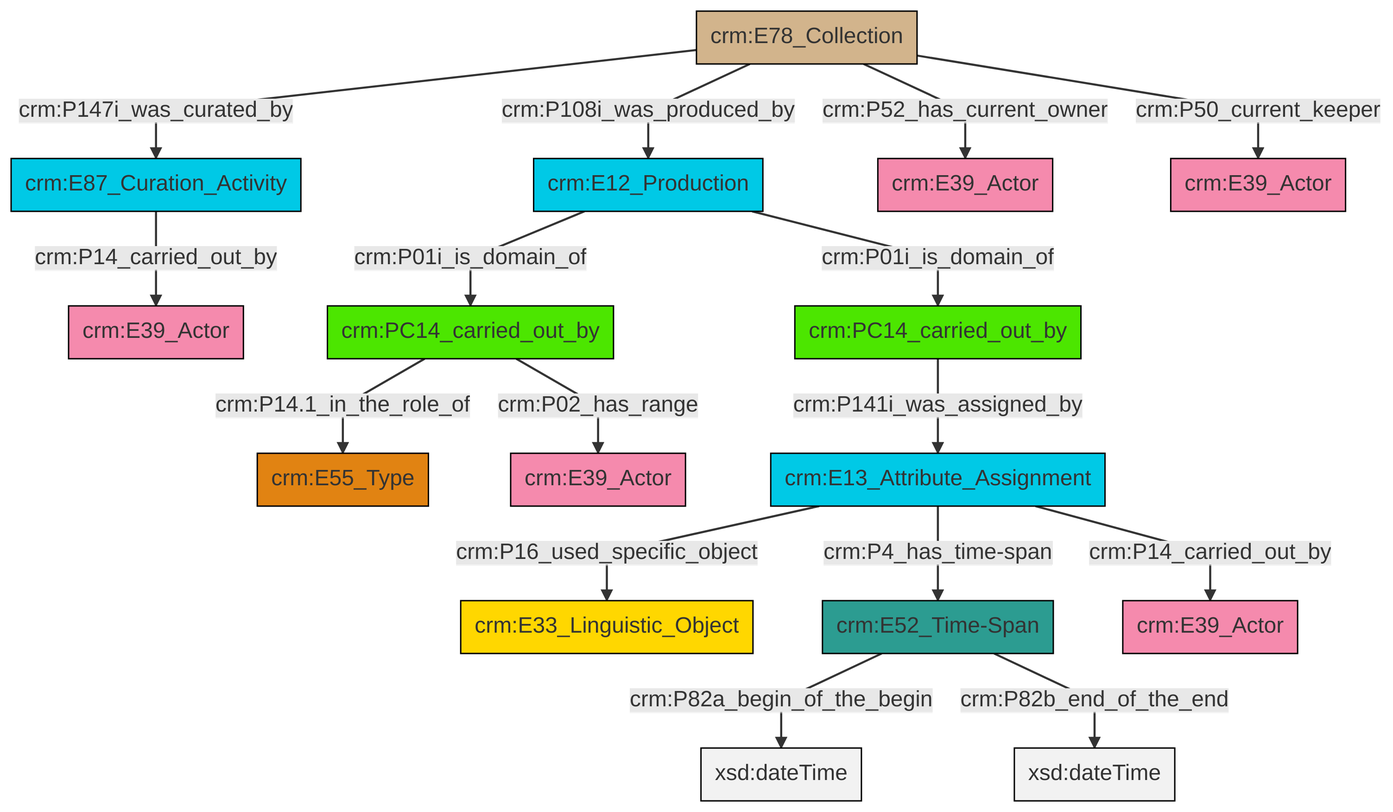
Earlier version of the Mermaid export et/archivalCSV/ttl/mmd/png/archival_relation.png (swiss-art-research-net/docs.swissartresearch). Its source is kept beside it as et/archivalCSV/ttl/mmd/archival_relation.ttl.mmd.
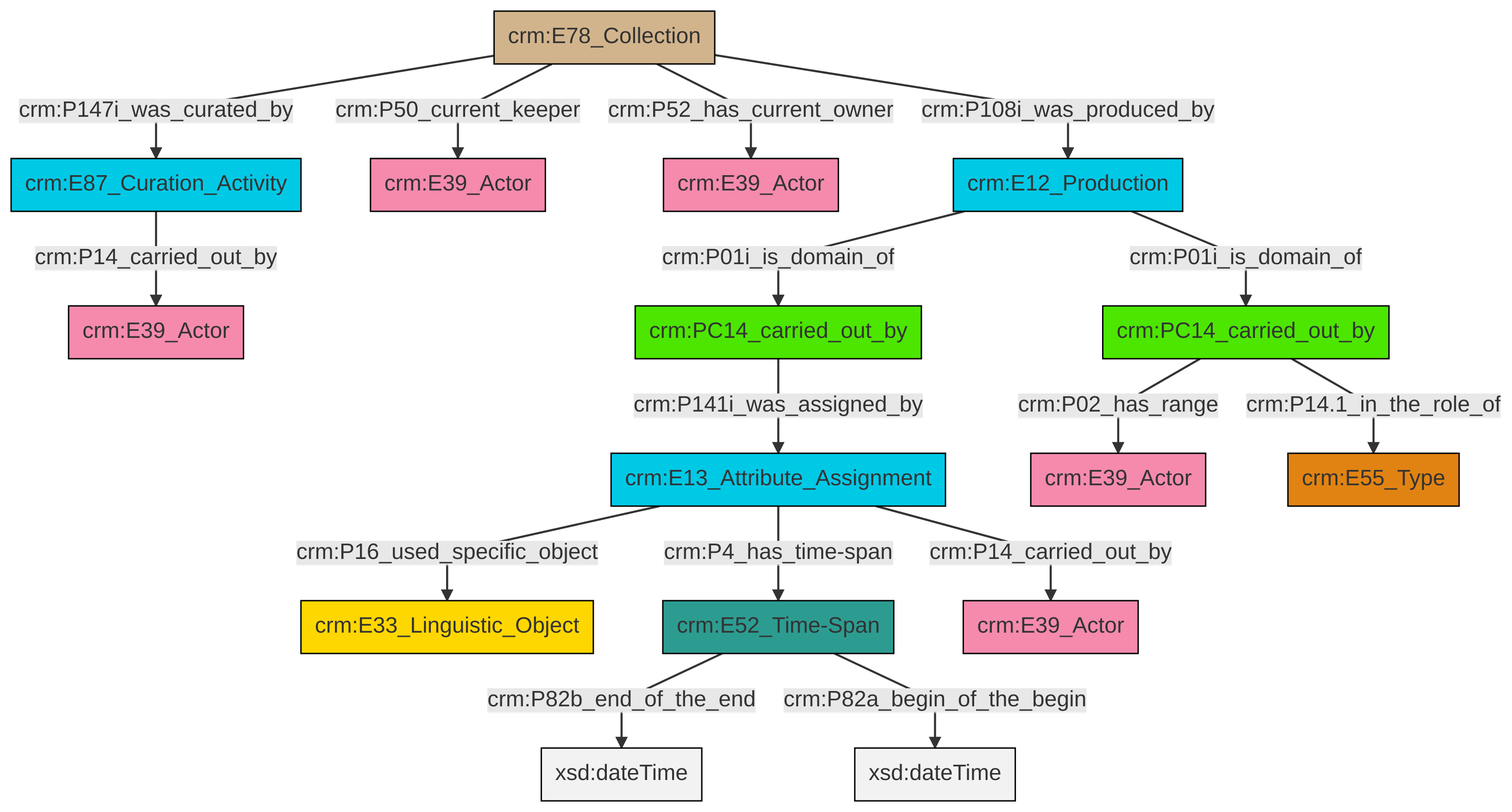
The same file after the commit.

Change to the diagram source:
```diff
@@ -13,18 +13,18 @@
 classDef PC_Classes fill:#4ce600, stroke:#000000;
 classDef Multi fill:#cccccc,stroke:#000000;
 
-0["crm:PC14_carried_out_by"]:::PC_Classes -->|crm:P14.1_in_the_role_of| 1["crm:E55_Type"]:::Type
-8["crm:E52_Time-Span"]:::Time-Span -->|crm:P82a_begin_of_the_begin| 9[xsd:dateTime]:::Literal
-5["crm:E78_Collection"]:::Physical_Thing -->|crm:P147i_was_curated_by| 10["crm:E87_Curation_Activity"]:::Temporal_Entity
-14["crm:E13_Attribute_Assignment"]:::Temporal_Entity -->|crm:P16_used_specific_object| 15["crm:E33_Linguistic_Object"]:::Conceptual_Object
-14["crm:E13_Attribute_Assignment"]:::Temporal_Entity -->|crm:P4_has_time-span| 8["crm:E52_Time-Span"]:::Time-Span
-0["crm:PC14_carried_out_by"]:::PC_Classes -->|crm:P02_has_range| 22["crm:E39_Actor"]:::Actor
-5["crm:E78_Collection"]:::Physical_Thing -->|crm:P108i_was_produced_by| 17["crm:E12_Production"]:::Temporal_Entity
-5["crm:E78_Collection"]:::Physical_Thing -->|crm:P52_has_current_owner| 23["crm:E39_Actor"]:::Actor
-8["crm:E52_Time-Span"]:::Time-Span -->|crm:P82b_end_of_the_end| 25[xsd:dateTime]:::Literal
-3["crm:PC14_carried_out_by"]:::PC_Classes -->|crm:P141i_was_assigned_by| 14["crm:E13_Attribute_Assignment"]:::Temporal_Entity
-17["crm:E12_Production"]:::Temporal_Entity -->|crm:P01i_is_domain_of| 0["crm:PC14_carried_out_by"]:::PC_Classes
-17["crm:E12_Production"]:::Temporal_Entity -->|crm:P01i_is_domain_of| 3["crm:PC14_carried_out_by"]:::PC_Classes
-5["crm:E78_Collection"]:::Physical_Thing -->|crm:P50_current_keeper| 26["crm:E39_Actor"]:::Actor
-14["crm:E13_Attribute_Assignment"]:::Temporal_Entity -->|crm:P14_carried_out_by| 12["crm:E39_Actor"]:::Actor
-10["crm:E87_Curation_Activity"]:::Temporal_Entity -->|crm:P14_carried_out_by| 19["crm:E39_Actor"]:::Actor
+8["crm:PC14_carried_out_by"]:::PC_Classes -->|crm:P02_has_range| 9["crm:E39_Actor"]:::Actor
+6["crm:E78_Collection"]:::Physical_Thing -->|crm:P50_current_keeper| 10["crm:E39_Actor"]:::Actor
+4["crm:E13_Attribute_Assignment"]:::Temporal_Entity -->|crm:P16_used_specific_object| 13["crm:E33_Linguistic_Object"]:::Conceptual_Object
+6["crm:E78_Collection"]:::Physical_Thing -->|crm:P147i_was_curated_by| 2["crm:E87_Curation_Activity"]:::Temporal_Entity
+4["crm:E13_Attribute_Assignment"]:::Temporal_Entity -->|crm:P4_has_time-span| 14["crm:E52_Time-Span"]:::Time-Span
+15["crm:PC14_carried_out_by"]:::PC_Classes -->|crm:P141i_was_assigned_by| 4["crm:E13_Attribute_Assignment"]:::Temporal_Entity
+4["crm:E13_Attribute_Assignment"]:::Temporal_Entity -->|crm:P14_carried_out_by| 17["crm:E39_Actor"]:::Actor
+6["crm:E78_Collection"]:::Physical_Thing -->|crm:P108i_was_produced_by| 19["crm:E12_Production"]:::Temporal_Entity
+6["crm:E78_Collection"]:::Physical_Thing -->|crm:P52_has_current_owner| 11["crm:E39_Actor"]:::Actor
+14["crm:E52_Time-Span"]:::Time-Span -->|crm:P82b_end_of_the_end| 21[xsd:dateTime]:::Literal
+19["crm:E12_Production"]:::Temporal_Entity -->|crm:P01i_is_domain_of| 8["crm:PC14_carried_out_by"]:::PC_Classes
+14["crm:E52_Time-Span"]:::Time-Span -->|crm:P82a_begin_of_the_begin| 23[xsd:dateTime]:::Literal
+19["crm:E12_Production"]:::Temporal_Entity -->|crm:P01i_is_domain_of| 15["crm:PC14_carried_out_by"]:::PC_Classes
+2["crm:E87_Curation_Activity"]:::Temporal_Entity -->|crm:P14_carried_out_by| 0["crm:E39_Actor"]:::Actor
+8["crm:PC14_carried_out_by"]:::PC_Classes -->|crm:P14.1_in_the_role_of| 27["crm:E55_Type"]:::Type
```
